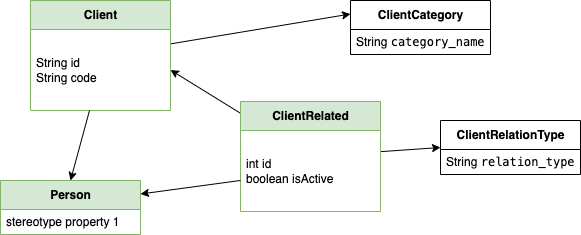
This is docs/images/lf-model.png from jbcodeforce/life-insurance-demo, a draw.io export, as it was before one commit. Source tidied: cells renumbered, new cells last; positions are measured from the earlier drawing's top-left corner, leaving out a move shared by most shapes.
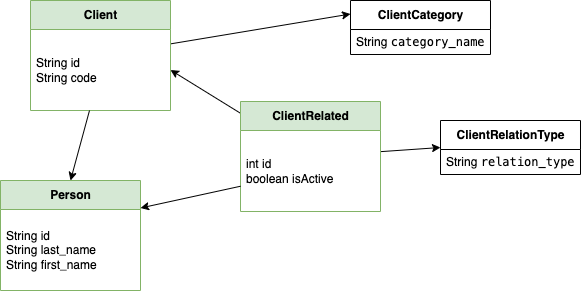
Above is the later version.

What changed in the source:
```diff
@@ -30,10 +30,10 @@
       <mxGeometry y="29" width="140" height="81" as="geometry" />
     </mxCell>
     <mxCell id="11" value="Person" style="swimlane;fontStyle=1;align=center;verticalAlign=middle;horizontal=1;startSize=29;html=1;fillColor=#d5e8d4;strokeColor=#82b366;" parent="1" vertex="1">
-      <mxGeometry y="180" width="140" height="54" as="geometry" />
+      <mxGeometry y="180" width="140" height="110" as="geometry" />
     </mxCell>
-    <mxCell id="12" value="stereotype property 1" style="text;html=1;strokeColor=none;fillColor=none;align=left;verticalAlign=middle;spacingLeft=4;spacingRight=4;overflow=hidden;" parent="11" vertex="1">
-      <mxGeometry y="29" width="140" height="25" as="geometry" />
+    <mxCell id="12" value="String id&lt;br&gt;String last_name&lt;br&gt;String first_name" style="text;html=1;strokeColor=none;fillColor=none;align=left;verticalAlign=middle;spacingLeft=4;spacingRight=4;overflow=hidden;" parent="11" vertex="1">
+      <mxGeometry y="29" width="140" height="81" as="geometry" />
     </mxCell>
     <mxCell id="13" value="ClientRelationType" style="swimlane;fontStyle=1;align=center;verticalAlign=middle;horizontal=1;startSize=29;html=1;" parent="1" vertex="1">
       <mxGeometry x="440" y="120" width="140" height="54" as="geometry" />
```
